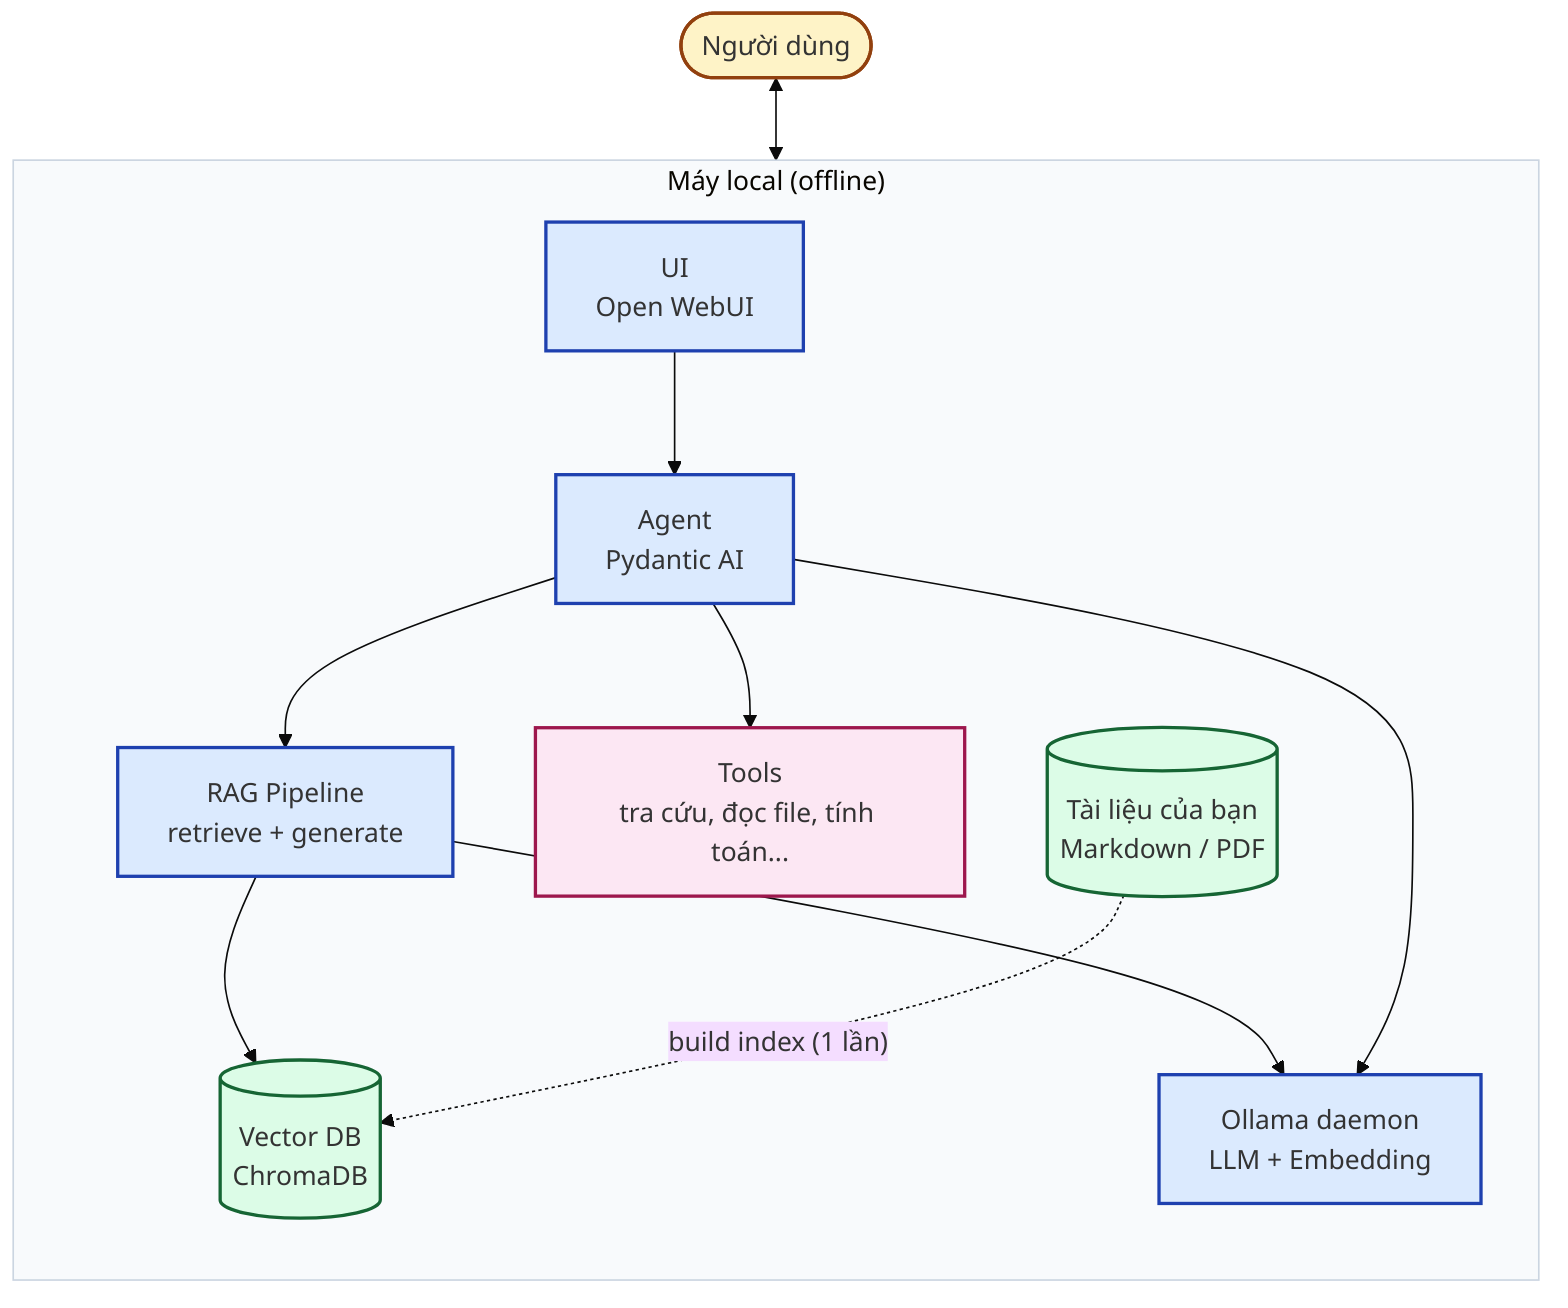
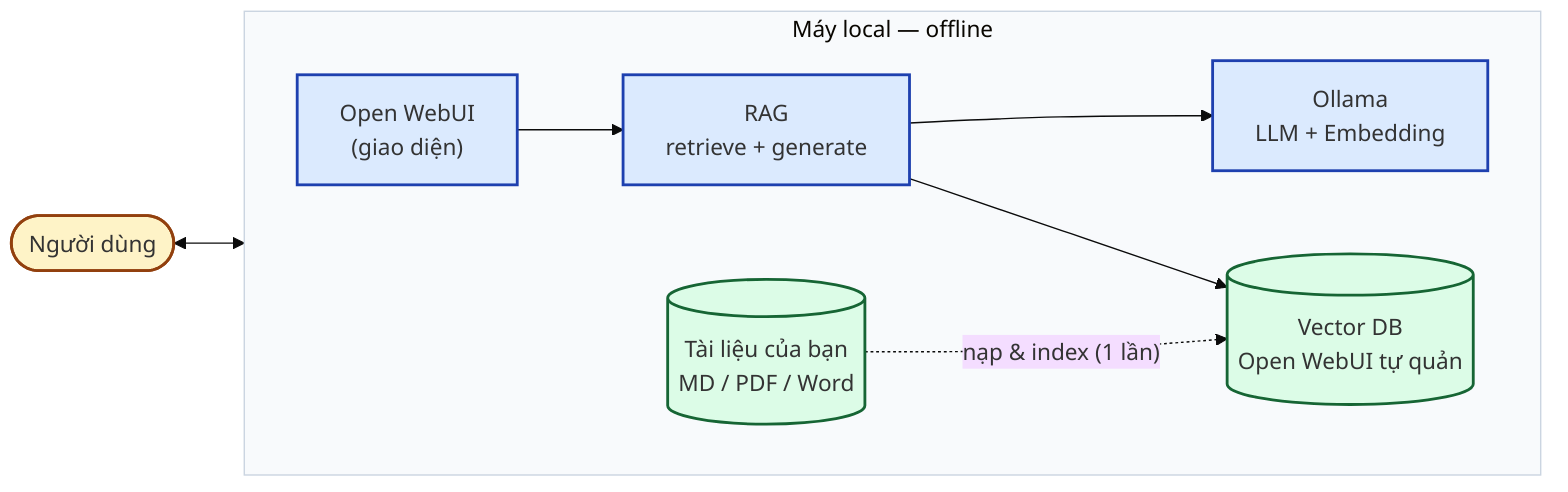
%%{init: {'theme':'base', 'themeVariables': {'fontFamily':'Segoe UI, Arial', 'clusterBkg':'#f8fafc', 'clusterBorder':'#cbd5e1'}}}%%
- flowchart TB
+ flowchart LR
    User([Người dùng])

-     subgraph Local["Máy local (offline)"]
-         direction TB
-         UI["UI<br/>Open WebUI"]
-         Agent["Agent<br/>Pydantic AI"]
-         RAG["RAG Pipeline<br/>retrieve + generate"]
-         VDB[("Vector DB<br/>ChromaDB")]
-         Ollama["Ollama daemon<br/>LLM + Embedding"]
-         Tools["Tools<br/>tra cứu, đọc file, tính toán..."]
-         Docs[("Tài liệu của bạn<br/>Markdown / PDF")]
+     subgraph Local["Máy local — offline"]
+         direction LR
+         UI["Open WebUI<br/>(giao diện)"]
+         RAG["RAG<br/>retrieve + generate"]
+         Ollama["Ollama<br/>LLM + Embedding"]
+         VDB[("Vector DB<br/>Open WebUI tự quản")]
+         Docs[("Tài liệu của bạn<br/>MD / PDF / Word")]
    end

    User <--> UI
-     UI --> Agent
-     Agent --> RAG
-     Agent --> Tools
+     UI --> RAG
+     RAG --> Ollama
    RAG --> VDB
-     RAG --> Ollama
-     Agent --> Ollama
-     Docs -. "build index (1 lần)" .-> VDB
+     Docs -. "nạp & index (1 lần)" .-> VDB

    classDef userClass fill:#fef3c7,stroke:#92400e,stroke-width:2px
    classDef coreClass fill:#dbeafe,stroke:#1e40af,stroke-width:2px
    classDef storeClass fill:#dcfce7,stroke:#166534,stroke-width:2px
-     classDef toolClass fill:#fce7f3,stroke:#9d174d,stroke-width:2px

    class User userClass
-     class UI,Agent,RAG,Ollama coreClass
+     class UI,RAG,Ollama coreClass
    class VDB,Docs storeClass
-     class Tools toolClass
